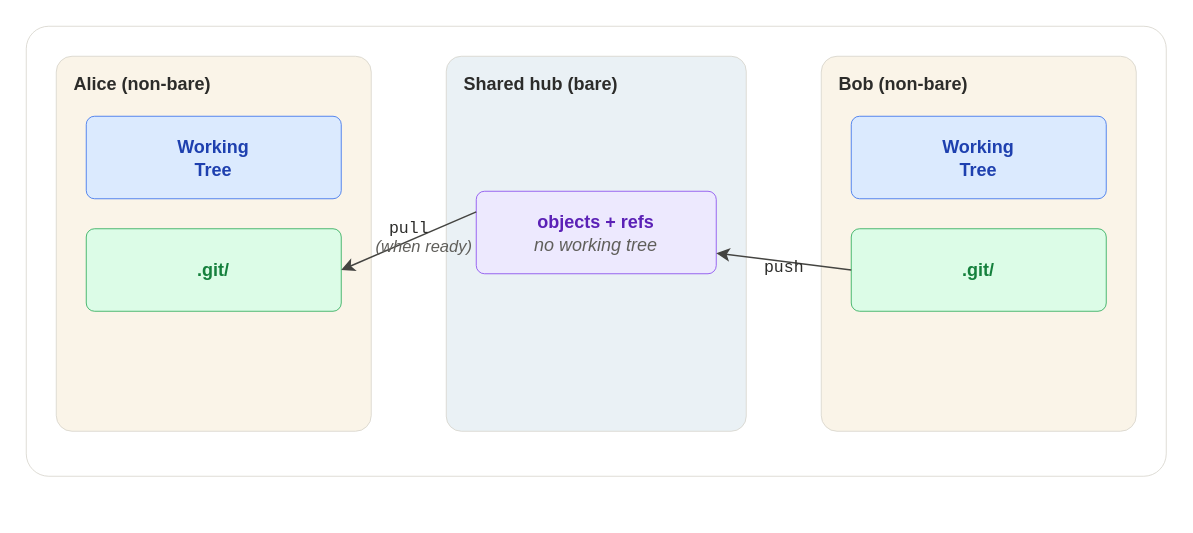
braboj/tutorial-git keeps this draw.io diagram as assets/drawio/git-bare-after.drawio. Above is the earlier version. Source tidied: cells renumbered, new cells numbered last; positions are measured from the earlier drawing's top-left corner, leaving out a move shared by most shapes. Both pictures are drawn from the tidied source at 150%, with x=0, y=0 at pixel (26, 26).
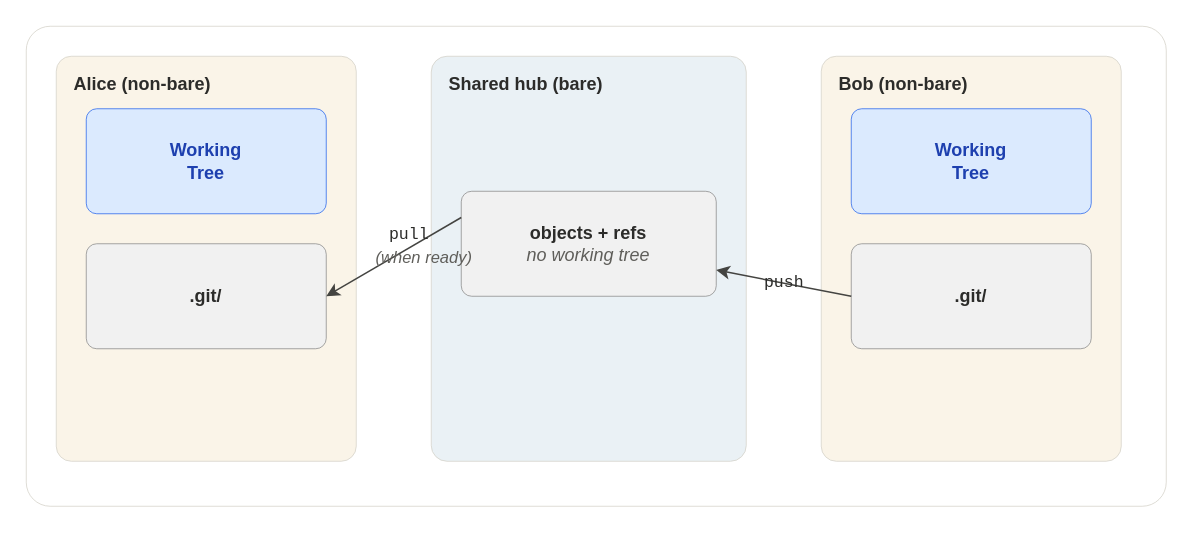
The same diagram, later.

Commit message (it also covers changes not shown here):
docs: rebuild before/after draw.io diagrams

Consistent gray for .git/ boxes across both diagrams. Before diagram
uses red arrow and desync label. After diagram uses neutral arrows
with push/pull labels and "(when ready)" for Alice's pull.

What changed in the source:
```diff
@@
 <mxGraphModel>
   <root>
     <mxCell id="0" />
     <mxCell id="1" parent="0" />
     <mxCell id="2" style="rounded=1;whiteSpace=wrap;html=1;fillColor=#FFFFFF;strokeColor=#D3D1C7;strokeWidth=0.5;shadow=0;arcSize=5;" parent="1" vertex="1">
-      <mxGeometry width="760" height="300" as="geometry" />
+      <mxGeometry width="760" height="320" as="geometry" />
     </mxCell>
     <mxCell id="3" style="rounded=1;whiteSpace=wrap;html=1;fillColor=#FAF4E8;strokeColor=#D3D1C7;strokeWidth=0.5;shadow=0;arcSize=5;" parent="1" vertex="1">
-      <mxGeometry x="20" y="20" width="210" height="250" as="geometry" />
+      <mxGeometry x="20" y="20" width="200" height="270" as="geometry" />
     </mxCell>
     <mxCell id="4" value="Alice (non-bare)" style="text;html=1;strokeColor=none;fillColor=none;align=left;verticalAlign=top;fontSize=12;fontStyle=1;fontColor=#2C2C2A;fontFamily=Helvetica;" parent="1" vertex="1">
       <mxGeometry x="30" y="25" width="150" height="20" as="geometry" />
     </mxCell>
     <mxCell id="5" value="Working&lt;br&gt;Tree" style="rounded=1;whiteSpace=wrap;html=1;fillColor=#DBEAFE;strokeColor=#2563EB;strokeWidth=0.5;shadow=0;fontSize=12;fontStyle=1;fontColor=#1E40AF;fontFamily=Helvetica;verticalAlign=middle;align=center;arcSize=10;" parent="1" vertex="1">
-      <mxGeometry x="40" y="60" width="170" height="55" as="geometry" />
+      <mxGeometry x="40" y="55" width="160" height="70" as="geometry" />
     </mxCell>
-    <mxCell id="6" value=".git/" style="rounded=1;whiteSpace=wrap;html=1;fillColor=#DCFCE7;strokeColor=#16A34A;strokeWidth=0.5;shadow=0;fontSize=12;fontStyle=1;fontColor=#15803D;fontFamily=Helvetica;verticalAlign=middle;align=center;arcSize=10;" parent="1" vertex="1">
-      <mxGeometry x="40" y="135" width="170" height="55" as="geometry" />
+    <mxCell id="6" value=".git/" style="rounded=1;whiteSpace=wrap;html=1;fillColor=#F1F1F1;strokeColor=#888888;strokeWidth=0.5;shadow=0;fontSize=12;fontStyle=1;fontColor=#2C2C2A;fontFamily=Helvetica;verticalAlign=middle;align=center;arcSize=10;" parent="1" vertex="1">
+      <mxGeometry x="40" y="145" width="160" height="70" as="geometry" />
     </mxCell>
     <mxCell id="7" style="rounded=1;whiteSpace=wrap;html=1;fillColor=#EAF1F5;strokeColor=#D3D1C7;strokeWidth=0.5;shadow=0;arcSize=5;" parent="1" vertex="1">
-      <mxGeometry x="280" y="20" width="200" height="250" as="geometry" />
+      <mxGeometry x="270" y="20" width="210" height="270" as="geometry" />
     </mxCell>
     <mxCell id="8" value="Shared hub (bare)" style="text;html=1;strokeColor=none;fillColor=none;align=left;verticalAlign=top;fontSize=12;fontStyle=1;fontColor=#2C2C2A;fontFamily=Helvetica;" parent="1" vertex="1">
-      <mxGeometry x="290" y="25" width="160" height="20" as="geometry" />
+      <mxGeometry x="280" y="25" width="160" height="20" as="geometry" />
     </mxCell>
-    <mxCell id="9" value="objects + refs&lt;br&gt;&lt;i style=&quot;font-weight:normal;color:#5F5E5A&quot;&gt;no working tree&lt;/i&gt;" style="rounded=1;whiteSpace=wrap;html=1;fillColor=#EDE9FE;strokeColor=#7C3AED;strokeWidth=0.5;shadow=0;fontSize=12;fontStyle=1;fontColor=#5B21B6;fontFamily=Helvetica;verticalAlign=middle;align=center;arcSize=10;" parent="1" vertex="1">
-      <mxGeometry x="300" y="110" width="160" height="55" as="geometry" />
+    <mxCell id="9" value="objects + refs&lt;br&gt;&lt;i style=&quot;font-weight:normal;color:#5F5E5A&quot;&gt;no working tree&lt;/i&gt;" style="rounded=1;whiteSpace=wrap;html=1;fillColor=#F1F1F1;strokeColor=#888888;strokeWidth=0.5;shadow=0;fontSize=12;fontStyle=1;fontColor=#2C2C2A;fontFamily=Helvetica;verticalAlign=middle;align=center;arcSize=10;" parent="1" vertex="1">
+      <mxGeometry x="290" y="110" width="170" height="70" as="geometry" />
     </mxCell>
     <mxCell id="10" style="rounded=1;whiteSpace=wrap;html=1;fillColor=#FAF4E8;strokeColor=#D3D1C7;strokeWidth=0.5;shadow=0;arcSize=5;" parent="1" vertex="1">
-      <mxGeometry x="530" y="20" width="210" height="250" as="geometry" />
+      <mxGeometry x="530" y="20" width="200" height="270" as="geometry" />
     </mxCell>
     <mxCell id="11" value="Bob (non-bare)" style="text;html=1;strokeColor=none;fillColor=none;align=left;verticalAlign=top;fontSize=12;fontStyle=1;fontColor=#2C2C2A;fontFamily=Helvetica;" parent="1" vertex="1">
       <mxGeometry x="540" y="25" width="150" height="20" as="geometry" />
     </mxCell>
     <mxCell id="12" value="Working&lt;br&gt;Tree" style="rounded=1;whiteSpace=wrap;html=1;fillColor=#DBEAFE;strokeColor=#2563EB;strokeWidth=0.5;shadow=0;fontSize=12;fontStyle=1;fontColor=#1E40AF;fontFamily=Helvetica;verticalAlign=middle;align=center;arcSize=10;" parent="1" vertex="1">
-      <mxGeometry x="550" y="60" width="170" height="55" as="geometry" />
+      <mxGeometry x="550" y="55" width="160" height="70" as="geometry" />
     </mxCell>
-    <mxCell id="13" value=".git/" style="rounded=1;whiteSpace=wrap;html=1;fillColor=#DCFCE7;strokeColor=#16A34A;strokeWidth=0.5;shadow=0;fontSize=12;fontStyle=1;fontColor=#15803D;fontFamily=Helvetica;verticalAlign=middle;align=center;arcSize=10;" parent="1" vertex="1">
-      <mxGeometry x="550" y="135" width="170" height="55" as="geometry" />
+    <mxCell id="13" value=".git/" style="rounded=1;whiteSpace=wrap;html=1;fillColor=#F1F1F1;strokeColor=#888888;strokeWidth=0.5;shadow=0;fontSize=12;fontStyle=1;fontColor=#2C2C2A;fontFamily=Helvetica;verticalAlign=middle;align=center;arcSize=10;" parent="1" vertex="1">
+      <mxGeometry x="550" y="145" width="160" height="70" as="geometry" />
     </mxCell>
     <mxCell id="14" style="endArrow=classic;html=1;strokeColor=#444441;strokeWidth=1;endFill=1;endSize=6;exitX=0;exitY=0.5;exitDx=0;exitDy=0;entryX=1;entryY=0.75;entryDx=0;entryDy=0;" parent="1" vertex="1" edge="1" source="13" target="9">
       <mxGeometry relative="1" as="geometry" />
     </mxCell>
     <mxCell id="15" value="push" style="text;html=1;strokeColor=none;fillColor=none;align=center;verticalAlign=bottom;fontSize=11;fontStyle=0;fontColor=#2C2C2A;fontFamily=Courier New;" parent="1" vertex="1">
-      <mxGeometry x="480" y="152" width="50" height="18" as="geometry" />
+      <mxGeometry x="480" y="162" width="50" height="18" as="geometry" />
     </mxCell>
     <mxCell id="16" style="endArrow=classic;html=1;strokeColor=#444441;strokeWidth=1;endFill=1;endSize=6;exitX=0;exitY=0.25;exitDx=0;exitDy=0;entryX=1;entryY=0.5;entryDx=0;entryDy=0;" parent="1" vertex="1" edge="1" source="9" target="6">
       <mxGeometry relative="1" as="geometry" />
     </mxCell>
-    <mxCell id="17" value="pull" style="text;html=1;strokeColor=none;fillColor=none;align=center;verticalAlign=top;fontSize=11;fontStyle=0;fontColor=#2C2C2A;fontFamily=Courier New;" parent="1" vertex="1">
-      <mxGeometry x="230" y="122" width="50" height="18" as="geometry" />
+    <mxCell id="17" value="pull" style="text;html=1;strokeColor=none;fillColor=none;align=center;verticalAlign=bottom;fontSize=11;fontStyle=0;fontColor=#2C2C2A;fontFamily=Courier New;" parent="1" vertex="1">
+      <mxGeometry x="230" y="130" width="50" height="18" as="geometry" />
     </mxCell>
     <mxCell id="18" value="(when ready)" style="text;html=1;strokeColor=none;fillColor=none;align=center;verticalAlign=middle;fontSize=11;fontStyle=2;fontColor=#5F5E5A;fontFamily=Helvetica;" parent="1" vertex="1">
-      <mxGeometry x="225" y="138" width="80" height="18" as="geometry" />
+      <mxGeometry x="225" y="145" width="80" height="18" as="geometry" />
     </mxCell>
   </root>
 </mxGraphModel>
```
